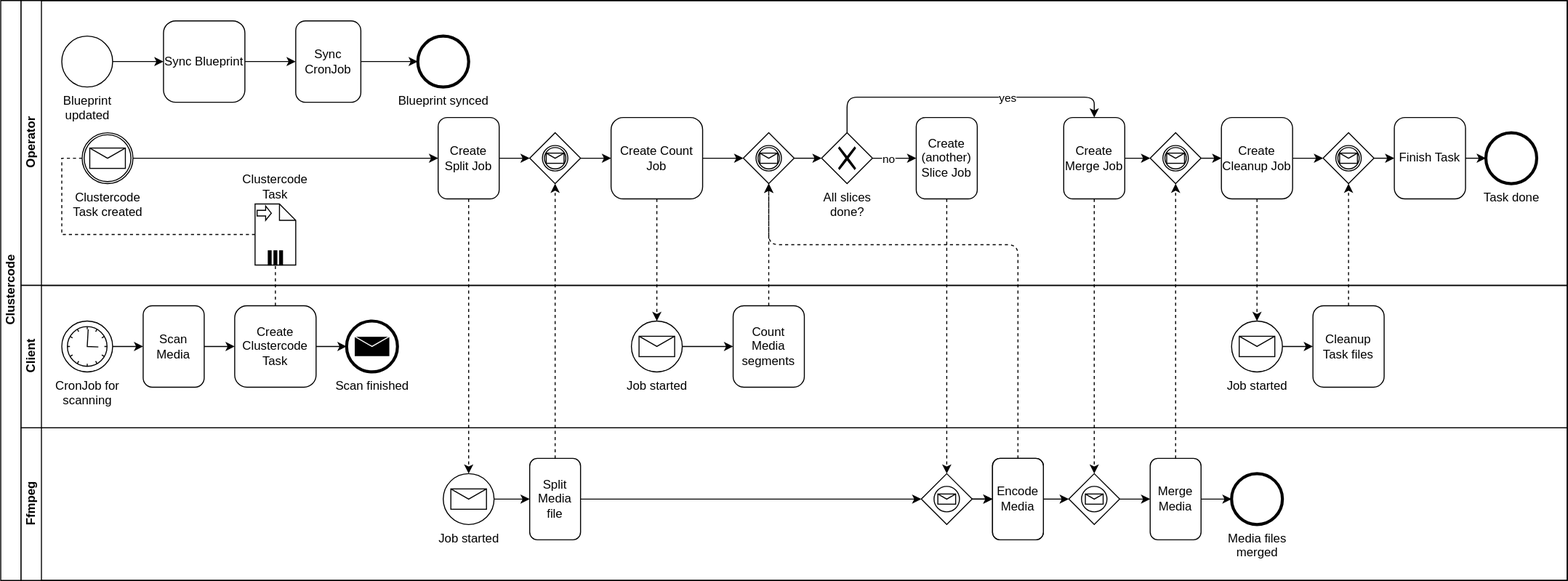
The draw.io diagram clustercode/_images/clustercode-process.drawio.svg in ccremer/clustercode-docs, before a commit. Source tidied: cells renumbered, new cells last; positions are measured from the earlier drawing's top-left corner, leaving out a move shared by most shapes.
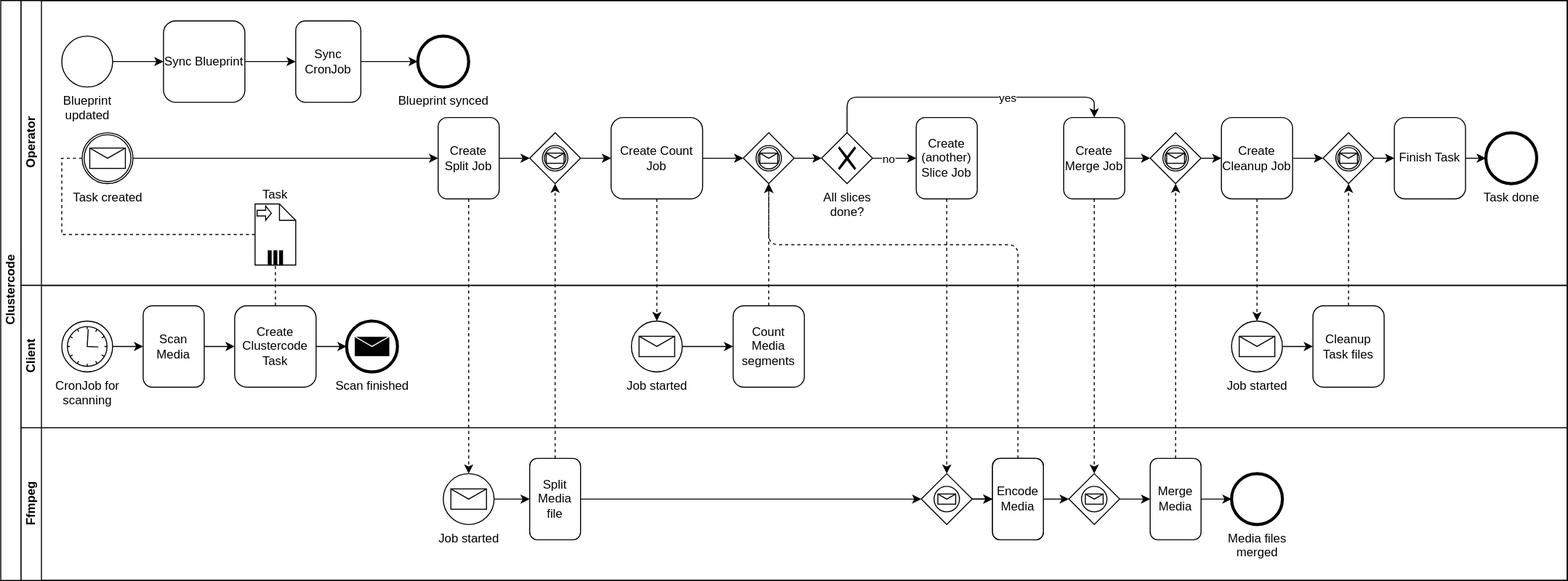
The same diagram one commit later.

What changed in the source:
```diff
@@ -26,7 +26,7 @@
     <mxCell id="9" style="rounded=0;jettySize=auto;html=1;exitX=0;exitY=0.5;exitDx=0;exitDy=0;exitPerimeter=0;entryX=0;entryY=0.5;entryDx=0;entryDy=0;edgeStyle=orthogonalEdgeStyle;endArrow=none;endFill=0;dashed=1;" parent="3" edge="1" source="10" target="16">
       <mxGeometry relative="1" as="geometry" />
     </mxCell>
-    <mxCell id="10" value="Clustercode Task" style="shape=note;whiteSpace=wrap;size=16;html=1;verticalAlign=bottom;labelPosition=center;verticalLabelPosition=top;align=center;" parent="3" vertex="1">
+    <mxCell id="10" value="Task" style="shape=note;whiteSpace=wrap;size=16;html=1;verticalAlign=bottom;labelPosition=center;verticalLabelPosition=top;align=center;" parent="3" vertex="1">
       <mxGeometry x="230" y="200" width="40" height="60" as="geometry" />
     </mxCell>
     <mxCell id="11" style="html=1;shape=singleArrow;arrowWidth=0.4;arrowSize=0.4;" parent="10" vertex="1">
@@ -48,7 +48,7 @@
     <mxCell id="15" style="edgeStyle=orthogonalEdgeStyle;rounded=0;jettySize=auto;html=1;exitX=1;exitY=0.5;exitDx=0;exitDy=0;entryX=0;entryY=0.5;entryDx=0;entryDy=0;" parent="3" edge="1" source="16" target="18">
       <mxGeometry relative="1" as="geometry" />
     </mxCell>
-    <mxCell id="16" value="&lt;div&gt;Clustercode&lt;/div&gt;&lt;div&gt;Task created&lt;br&gt;&lt;/div&gt;" style="shape=mxgraph.bpmn.shape;html=1;verticalLabelPosition=bottom;labelBackgroundColor=#ffffff;verticalAlign=top;align=center;perimeter=ellipsePerimeter;outlineConnect=0;outline=catching;symbol=message;" parent="3" vertex="1">
+    <mxCell id="16" value="&lt;div&gt;Task created&lt;br&gt;&lt;/div&gt;" style="shape=mxgraph.bpmn.shape;html=1;verticalLabelPosition=bottom;labelBackgroundColor=#ffffff;verticalAlign=top;align=center;perimeter=ellipsePerimeter;outlineConnect=0;outline=catching;symbol=message;" parent="3" vertex="1">
       <mxGeometry x="60" y="130" width="50" height="50" as="geometry" />
     </mxCell>
     <mxCell id="17" style="edgeStyle=orthogonalEdgeStyle;rounded=0;jettySize=auto;html=1;exitX=1;exitY=0.5;exitDx=0;exitDy=0;entryX=0;entryY=0.5;entryDx=0;entryDy=0;" parent="3" edge="1" source="18" target="29">
```
